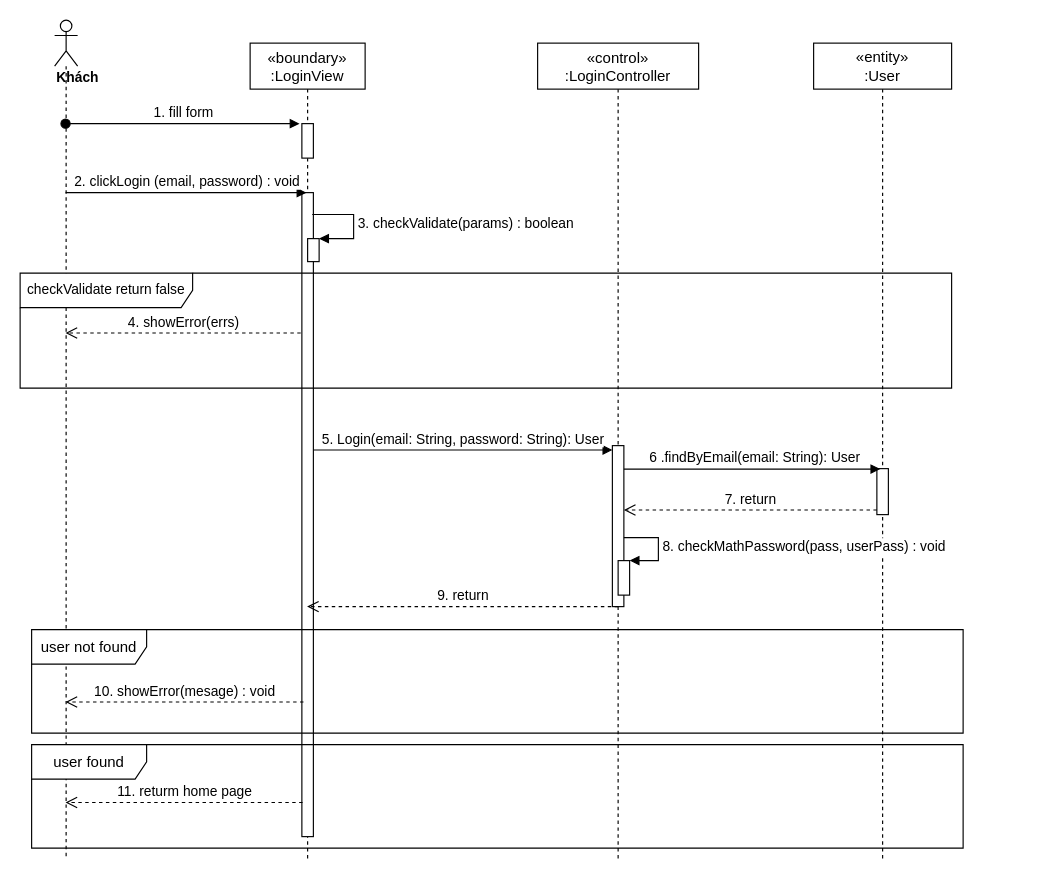
The draw.io diagram sequence diagram/login-sequence-diagram.drawio in nguyenphamvan/datn_20202, before the edit. Source tidied: cells renumbered, new cells numbered last; positions are measured from the earlier drawing's top-left corner, leaving out a move shared by most shapes. Both pictures are drawn from the tidied source at 115%, with x=0, y=0 at pixel (20, 20).
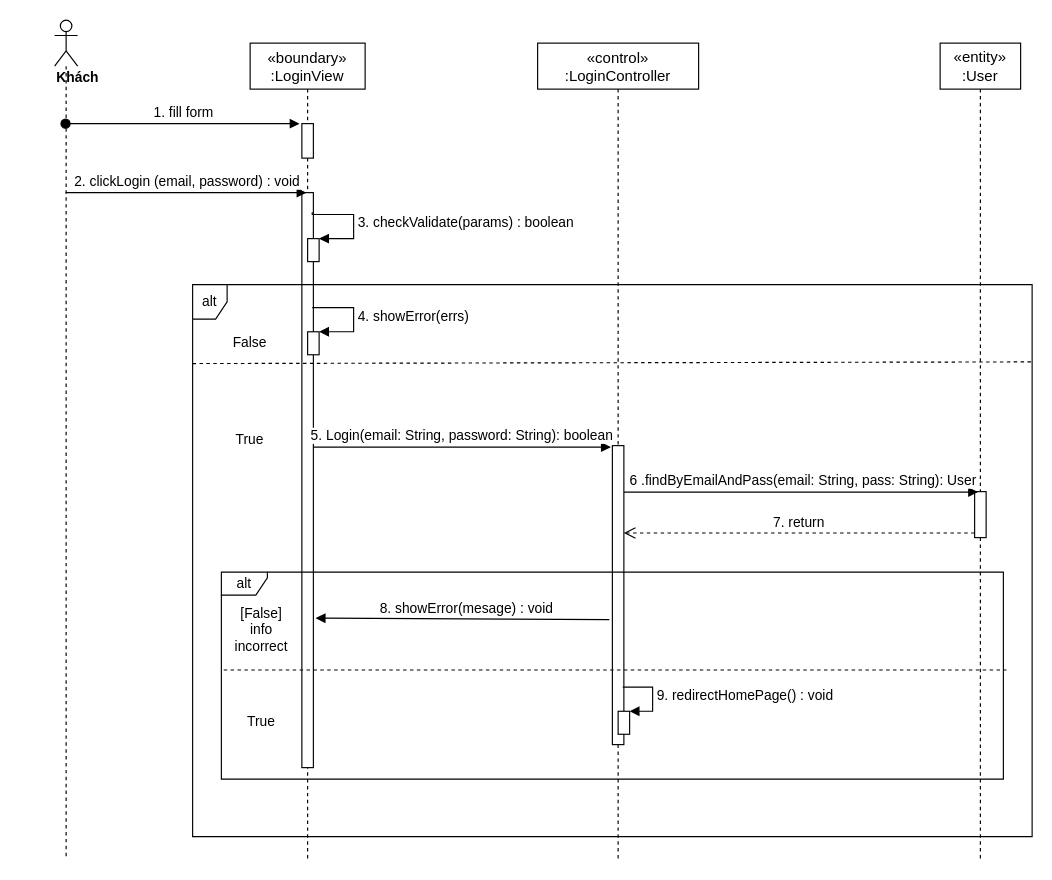
The same diagram, later.

The change refers to these unchanged cells:
```xml
<mxCell id="2" value="«boundary»&#10;:LoginView" style="shape=umlLifeline;perimeter=lifelinePerimeter;rounded=0;shadow=0;strokeWidth=1;fontSize=13;" parent="1" vertex="1">
  <mxGeometry x="200" y="20" width="100" height="710" as="geometry" />
</mxCell>
<mxCell id="5" value="«control»&#10;:LoginController" style="shape=umlLifeline;perimeter=lifelinePerimeter;rounded=0;shadow=0;strokeWidth=1;fontSize=13;" parent="1" vertex="1">
  <mxGeometry x="450" y="20" width="140" height="710" as="geometry" />
</mxCell>
<mxCell id="8" value="&lt;div&gt;&lt;b&gt;Khách&lt;/b&gt;&lt;/div&gt;" style="shape=umlLifeline;participant=umlActor;perimeter=lifelinePerimeter;whiteSpace=wrap;html=1;verticalAlign=top;spacingTop=36;outlineConnect=0;align=left;" parent="1" vertex="1">
  <mxGeometry x="30" width="20" height="730" as="geometry" />
</mxCell>
```

The edit, as a diff of the source:
```diff
@@
     <mxCell id="4" style="html=1;points=[];perimeter=orthogonalPerimeter;" parent="2" vertex="1">
-      <mxGeometry x="45" y="130" width="10" height="560" as="geometry" />
+      <mxGeometry x="45" y="130" width="10" height="500" as="geometry" />
     </mxCell>
@@
     <mxCell id="6" style="points=[];perimeter=orthogonalPerimeter;rounded=0;shadow=0;strokeWidth=1;" parent="5" vertex="1">
-      <mxGeometry x="65" y="350" width="10" height="140" as="geometry" />
+      <mxGeometry x="65" y="350" width="10" height="260" as="geometry" />
     </mxCell>
-    <mxCell id="7" style="html=1;points=[];perimeter=orthogonalPerimeter;" parent="5" vertex="1">
-      <mxGeometry x="70" y="450" width="10" height="30" as="geometry" />
-    </mxCell>
@@
-    <mxCell id="11" value="&lt;font style=&quot;font-size: 12px&quot;&gt;5. Login(email: String, password: String): User&lt;/font&gt;" style="html=1;verticalAlign=bottom;endArrow=block;entryX=0;entryY=0.027;entryDx=0;entryDy=0;entryPerimeter=0;" parent="1" edge="1" source="4" target="6">
+    <mxCell id="11" value="&lt;font style=&quot;font-size: 12px&quot;&gt;5. Login(email: String, password: String): boolean&lt;/font&gt;" style="html=1;verticalAlign=bottom;endArrow=block;entryX=-0.133;entryY=0.005;entryDx=0;entryDy=0;entryPerimeter=0;" parent="1" edge="1" source="4" target="6">
       <mxGeometry relative="1" as="geometry" />
     </mxCell>
     <mxCell id="12" value="&lt;font style=&quot;font-size: 13px&quot;&gt;&lt;span&gt;«entity»&lt;br&gt;&lt;/span&gt;:User&lt;/font&gt;" style="shape=umlLifeline;perimeter=lifelinePerimeter;whiteSpace=wrap;html=1;" parent="1" vertex="1">
-      <mxGeometry x="690" y="20" width="120" height="710" as="geometry" />
+      <mxGeometry x="800" y="20" width="70" height="710" as="geometry" />
     </mxCell>
     <mxCell id="13" style="points=[];perimeter=orthogonalPerimeter;rounded=0;shadow=0;strokeWidth=1;" parent="12" vertex="1">
-      <mxGeometry x="55" y="370" width="10" height="40" as="geometry" />
+      <mxGeometry x="30" y="390" width="10" height="40" as="geometry" />
     </mxCell>
-    <mxCell id="14" value="&lt;span style=&quot;font-family: &amp;#34;helvetica&amp;#34;&quot;&gt;&lt;font style=&quot;font-size: 12px&quot;&gt;&amp;nbsp;6 .findByEmail(email: String): User&lt;/font&gt;&lt;/span&gt;" style="html=1;verticalAlign=bottom;endArrow=block;entryX=0.3;entryY=0.01;entryDx=0;entryDy=0;entryPerimeter=0;" parent="1" edge="1" source="6" target="13">
+    <mxCell id="14" value="&lt;span style=&quot;font-family: &amp;#34;helvetica&amp;#34;&quot;&gt;&lt;font style=&quot;font-size: 12px&quot;&gt;&amp;nbsp;6 .findByEmailAndPass(email: String, pass: String): User&lt;/font&gt;&lt;/span&gt;" style="html=1;verticalAlign=bottom;endArrow=block;entryX=0.3;entryY=0.01;entryDx=0;entryDy=0;entryPerimeter=0;" parent="1" edge="1" source="6" target="13">
       <mxGeometry relative="1" as="geometry" />
     </mxCell>
@@
-    <mxCell id="16" value="checkValidate return false" style="shape=umlFrame;whiteSpace=wrap;html=1;width=150;height=30;" parent="1" vertex="1">
-      <mxGeometry y="220" width="810" height="100" as="geometry" />
+    <mxCell id="16" value="alt" style="shape=umlFrame;whiteSpace=wrap;html=1;width=30;height=30;" parent="1" vertex="1">
+      <mxGeometry x="150" y="230" width="730" height="480" as="geometry" />
     </mxCell>
-    <mxCell id="17" value="&lt;font style=&quot;font-size: 12px&quot;&gt;4. showError(errs)&lt;/font&gt;" style="html=1;verticalAlign=bottom;endArrow=open;dashed=1;endSize=8;exitX=-0.1;exitY=0.218;exitDx=0;exitDy=0;exitPerimeter=0;" parent="1" edge="1" source="4" target="8">
-      <mxGeometry relative="1" as="geometry" />
-    </mxCell>
-    <mxCell id="18" value="&lt;font style=&quot;font-size: 12px&quot;&gt;9. return&lt;/font&gt;" style="html=1;verticalAlign=bottom;endArrow=open;dashed=1;endSize=8;exitX=0.5;exitY=1;exitDx=0;exitDy=0;exitPerimeter=0;" parent="1" edge="1" source="6" target="2">
-      <mxGeometry relative="1" as="geometry" />
-    </mxCell>
-    <mxCell id="19" value="&lt;font style=&quot;font-size: 13px&quot;&gt;user not found&lt;/font&gt;" style="shape=umlFrame;whiteSpace=wrap;html=1;width=100;height=30;" parent="1" vertex="1">
-      <mxGeometry x="10" y="530" width="810" height="90" as="geometry" />
-    </mxCell>
-    <mxCell id="20" value="&lt;font style=&quot;font-size: 12px&quot;&gt;10. showError(mesage) : void&lt;/font&gt;" style="html=1;verticalAlign=bottom;endArrow=open;dashed=1;endSize=8;exitX=0.14;exitY=0.791;exitDx=0;exitDy=0;exitPerimeter=0;" parent="1" edge="1" source="4" target="8">
-      <mxGeometry relative="1" as="geometry" />
-    </mxCell>
-    <mxCell id="21" value="&lt;font style=&quot;font-size: 13px&quot;&gt;user found&lt;/font&gt;" style="shape=umlFrame;whiteSpace=wrap;html=1;width=100;height=30;" parent="1" vertex="1">
-      <mxGeometry x="10" y="630" width="810" height="90" as="geometry" />
-    </mxCell>
-    <mxCell id="22" value="&lt;font style=&quot;font-size: 12px&quot;&gt;11. returm home page&lt;/font&gt;" style="html=1;verticalAlign=bottom;endArrow=open;dashed=1;endSize=8;exitX=0.06;exitY=0.947;exitDx=0;exitDy=0;exitPerimeter=0;" parent="1" edge="1" source="4" target="8">
-      <mxGeometry relative="1" as="geometry" />
-    </mxCell>
@@
-    <mxCell id="25" value="&lt;font style=&quot;font-size: 12px&quot;&gt;8. checkMathPassword(pass, userPass) : void&lt;/font&gt;" style="edgeStyle=orthogonalEdgeStyle;html=1;align=left;spacingLeft=2;endArrow=block;rounded=0;entryX=1;entryY=0;" parent="1" edge="1" target="7">
-      <mxGeometry relative="1" as="geometry">
-        <mxPoint x="525" y="450" as="sourcePoint" />
-        <Array as="points">
-          <mxPoint x="525" y="450" />
-          <mxPoint x="555" y="450" />
-          <mxPoint x="555" y="470" />
-        </Array>
-      </mxGeometry>
-    </mxCell>
+    <mxCell id="26" style="endArrow=none;dashed=1;html=1;entryX=0.999;entryY=0.14;entryDx=0;entryDy=0;entryPerimeter=0;exitX=0;exitY=0.143;exitDx=0;exitDy=0;exitPerimeter=0;" parent="1" edge="1" source="16" target="16">
+      <mxGeometry relative="1" as="geometry" />
+    </mxCell>
+    <mxCell id="27" value="&lt;span style=&quot;font-size: 12px&quot;&gt;8. showError(mesage) : void&lt;/span&gt;" style="html=1;verticalAlign=bottom;endArrow=block;exitX=-0.267;exitY=0.582;exitDx=0;exitDy=0;exitPerimeter=0;entryX=1.2;entryY=0.74;entryDx=0;entryDy=0;entryPerimeter=0;" parent="1" edge="1" source="6" target="4">
+      <mxGeometry x="-0.03" relative="1" as="geometry" />
+    </mxCell>
+    <mxCell id="28" style="html=1;points=[];perimeter=orthogonalPerimeter;" parent="1" vertex="1">
+      <mxGeometry x="520" y="601" width="10" height="20" as="geometry" />
+    </mxCell>
+    <mxCell id="29" value="&lt;font style=&quot;font-size: 12px&quot;&gt;9. redirectHomePage() : void&lt;/font&gt;" style="edgeStyle=orthogonalEdgeStyle;html=1;align=left;spacingLeft=2;endArrow=block;rounded=0;entryX=1;entryY=0;exitX=0.9;exitY=0.034;exitDx=0;exitDy=0;exitPerimeter=0;" parent="1" edge="1" target="28">
+      <mxGeometry relative="1" as="geometry">
+        <mxPoint x="524" y="580" as="sourcePoint" />
+        <Array as="points">
+          <mxPoint x="550" y="580" />
+          <mxPoint x="550" y="601" />
+        </Array>
+      </mxGeometry>
+    </mxCell>
+    <mxCell id="30" style="html=1;points=[];perimeter=orthogonalPerimeter;" parent="1" vertex="1">
+      <mxGeometry x="250" y="271" width="10" height="20" as="geometry" />
+    </mxCell>
+    <mxCell id="17" value="&lt;span style=&quot;font-size: 12px ; text-align: center&quot;&gt;4. showError(errs)&lt;/span&gt;" style="edgeStyle=orthogonalEdgeStyle;html=1;align=left;spacingLeft=2;endArrow=block;rounded=0;entryX=1;entryY=0;exitX=0.9;exitY=0.034;exitDx=0;exitDy=0;exitPerimeter=0;" parent="1" edge="1" target="30">
+      <mxGeometry relative="1" as="geometry">
+        <mxPoint x="254" y="250" as="sourcePoint" />
+        <Array as="points">
+          <mxPoint x="290" y="250" />
+          <mxPoint x="290" y="271" />
+        </Array>
+      </mxGeometry>
+    </mxCell>
+    <mxCell id="31" value="alt" style="shape=umlFrame;whiteSpace=wrap;html=1;width=40;height=20;" parent="1" vertex="1">
+      <mxGeometry x="175" y="480" width="680" height="180" as="geometry" />
+    </mxCell>
+    <mxCell id="32" style="endArrow=none;dashed=1;html=1;exitX=0.003;exitY=0.473;exitDx=0;exitDy=0;exitPerimeter=0;entryX=1.004;entryY=0.473;entryDx=0;entryDy=0;entryPerimeter=0;" parent="1" edge="1" source="31" target="31">
+      <mxGeometry relative="1" as="geometry" />
+    </mxCell>
+    <mxCell id="33" value="False" style="text;html=1;strokeColor=none;fillColor=none;align=center;verticalAlign=middle;whiteSpace=wrap;rounded=0;" parent="1" vertex="1">
+      <mxGeometry x="180" y="271" width="40" height="20" as="geometry" />
+    </mxCell>
+    <mxCell id="34" value="True" style="text;html=1;strokeColor=none;fillColor=none;align=center;verticalAlign=middle;whiteSpace=wrap;rounded=0;" parent="1" vertex="1">
+      <mxGeometry x="180" y="355" width="40" height="20" as="geometry" />
+    </mxCell>
+    <mxCell id="35" value="[False]&lt;br&gt;info incorrect" style="text;html=1;strokeColor=none;fillColor=none;align=center;verticalAlign=middle;whiteSpace=wrap;rounded=0;" parent="1" vertex="1">
+      <mxGeometry x="190" y="520" width="40" height="20" as="geometry" />
+    </mxCell>
+    <mxCell id="36" value="True" style="text;html=1;strokeColor=none;fillColor=none;align=center;verticalAlign=middle;whiteSpace=wrap;rounded=0;" parent="1" vertex="1">
+      <mxGeometry x="190" y="600" width="40" height="20" as="geometry" />
+    </mxCell>
```
